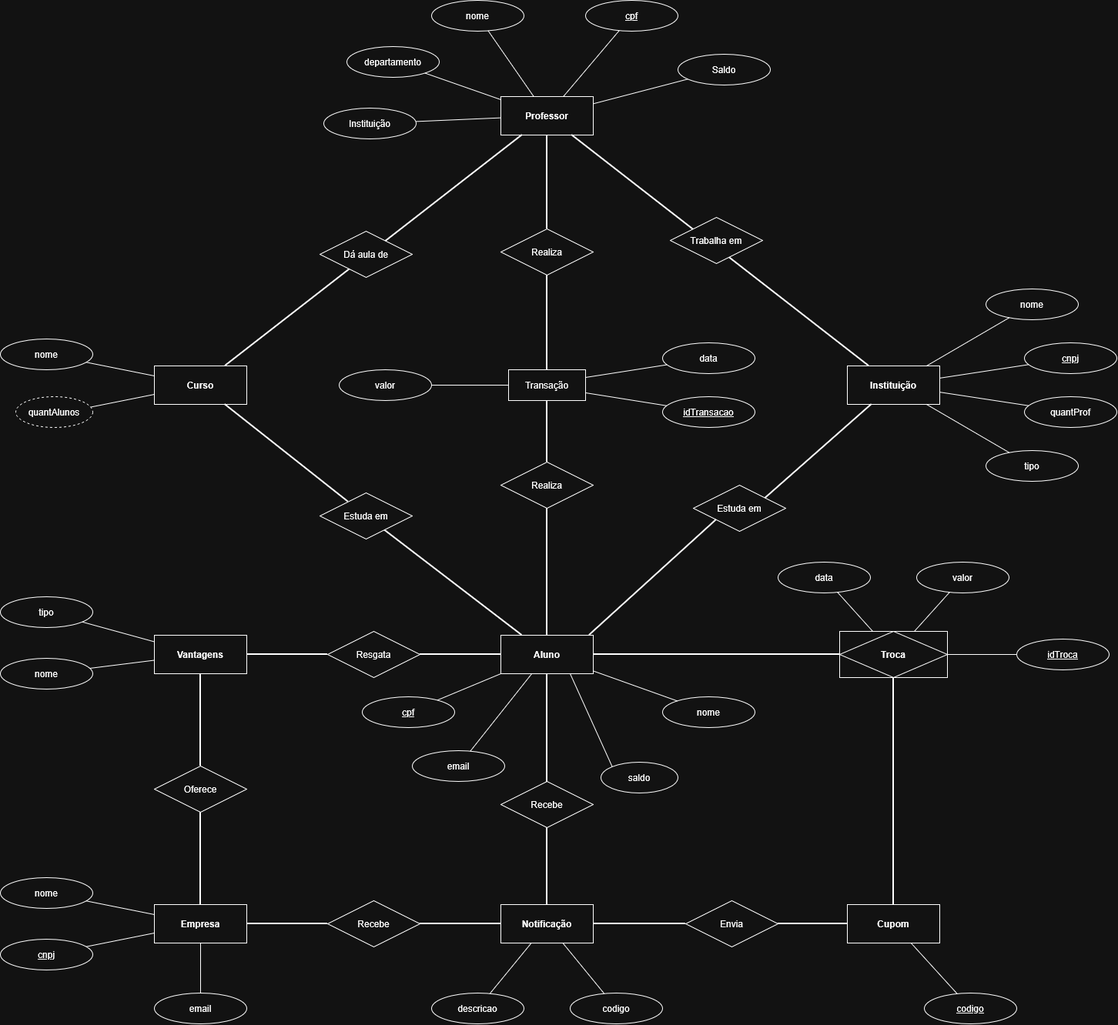
The draw.io diagram docs/Sprint 2/Mer.drawio.png in catmaitachi/egon, before a commit. Source tidied: cells renumbered, new cells last; positions are measured from the earlier drawing's top-left corner, leaving out a move shared by most shapes.
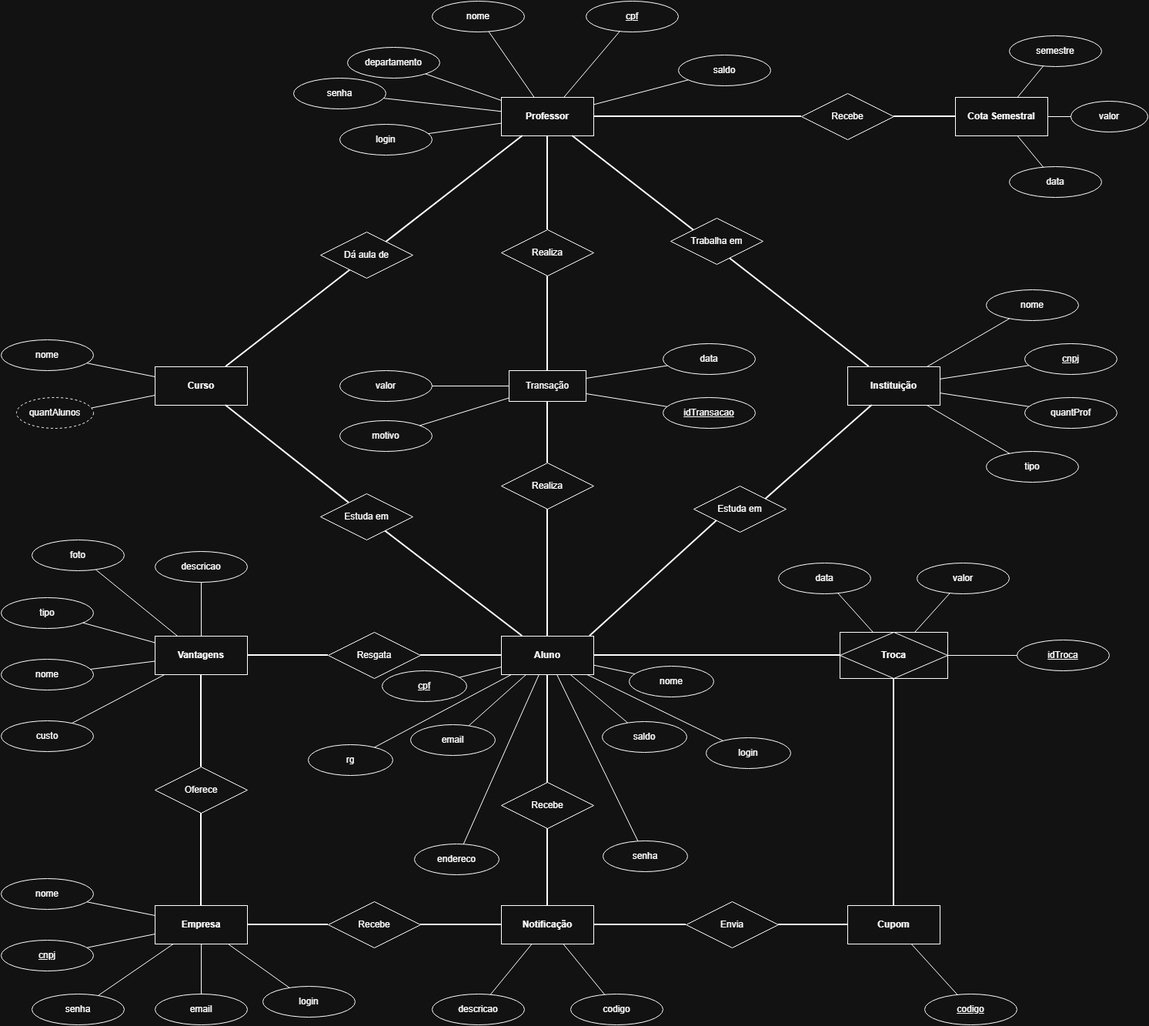
Above is the later version.

The edit, as a diff of the source:
```diff
@@ -38,10 +38,7 @@
     <mxCell id="13" value="departamento" style="ellipse;whiteSpace=wrap;html=1;align=center;" parent="1" vertex="1">
       <mxGeometry x="450" y="60" width="120" height="40" as="geometry" />
     </mxCell>
-    <mxCell id="14" value="Instituição" style="ellipse;whiteSpace=wrap;html=1;align=center;" parent="1" vertex="1">
-      <mxGeometry x="420" y="140" width="120" height="40" as="geometry" />
-    </mxCell>
-    <mxCell id="15" value="Saldo" style="ellipse;whiteSpace=wrap;html=1;align=center;" parent="1" vertex="1">
+    <mxCell id="15" value="saldo" style="ellipse;whiteSpace=wrap;html=1;align=center;" parent="1" vertex="1">
       <mxGeometry x="880" y="70" width="120" height="40" as="geometry" />
     </mxCell>
     <mxCell id="16" value="valor" style="ellipse;whiteSpace=wrap;html=1;align=center;" parent="1" vertex="1">
@@ -69,13 +66,13 @@
       <mxGeometry x="1280" y="585" width="120" height="40" as="geometry" />
     </mxCell>
     <mxCell id="24" value="nome" style="ellipse;whiteSpace=wrap;html=1;align=center;" parent="1" vertex="1">
-      <mxGeometry x="860" y="905" width="120" height="40" as="geometry" />
+      <mxGeometry x="816" y="864" width="110" height="40" as="geometry" />
     </mxCell>
     <mxCell id="25" value="cpf" style="ellipse;whiteSpace=wrap;html=1;align=center;fontStyle=4;" parent="1" vertex="1">
-      <mxGeometry x="470" y="905" width="120" height="40" as="geometry" />
+      <mxGeometry x="495" y="870" width="110" height="40" as="geometry" />
     </mxCell>
     <mxCell id="26" value="email" style="ellipse;whiteSpace=wrap;html=1;align=center;" parent="1" vertex="1">
-      <mxGeometry x="535" y="975" width="120" height="40" as="geometry" />
+      <mxGeometry x="532" y="940" width="110" height="40" as="geometry" />
     </mxCell>
     <mxCell id="27" value="data" style="ellipse;whiteSpace=wrap;html=1;align=center;" parent="1" vertex="1">
       <mxGeometry x="1010" y="730" width="120" height="40" as="geometry" />
@@ -160,9 +157,6 @@
     <mxCell id="53" style="endArrow=none;html=1;rounded=0;" parent="1" edge="1" source="2" target="13">
       <mxGeometry relative="1" as="geometry" />
     </mxCell>
-    <mxCell id="54" style="endArrow=none;html=1;rounded=0;" parent="1" edge="1" source="2" target="14">
-      <mxGeometry relative="1" as="geometry" />
-    </mxCell>
     <mxCell id="55" style="endArrow=none;html=1;rounded=0;" parent="1" edge="1" source="2" target="15">
       <mxGeometry relative="1" as="geometry" />
     </mxCell>
@@ -238,9 +232,9 @@
       <mxGeometry relative="1" as="geometry" />
     </mxCell>
     <mxCell id="79" value="saldo" style="ellipse;whiteSpace=wrap;html=1;align=center;" parent="1" vertex="1">
-      <mxGeometry x="780" y="990" width="100" height="40" as="geometry" />
+      <mxGeometry x="781" y="936" width="110" height="40" as="geometry" />
     </mxCell>
-    <mxCell id="80" style="endArrow=none;html=1;rounded=0;entryX=0;entryY=0;entryDx=0;entryDy=0;exitX=0.75;exitY=1;exitDx=0;exitDy=0;" parent="1" edge="1" source="5" target="79">
+    <mxCell id="80" style="endArrow=none;html=1;rounded=0;" parent="1" edge="1" source="5" target="79">
       <mxGeometry relative="1" as="geometry" />
     </mxCell>
     <mxCell id="81" value="Estuda em" style="shape=rhombus;perimeter=rhombusPerimeter;whiteSpace=wrap;html=1;align=center;" parent="1" vertex="1">
@@ -308,5 +302,107 @@
     <mxCell id="101" value="Realiza" style="shape=rhombus;perimeter=rhombusPerimeter;whiteSpace=wrap;html=1;align=center;" parent="1" vertex="1">
       <mxGeometry x="650" y="600" width="120" height="60" as="geometry" />
     </mxCell>
+    <mxCell id="102" value="login" style="ellipse;whiteSpace=wrap;html=1;align=center;" parent="1" vertex="1">
+      <mxGeometry x="440" y="160" width="120" height="40" as="geometry" />
+    </mxCell>
+    <mxCell id="103" style="endArrow=none;html=1;rounded=0;" parent="1" edge="1" source="2" target="102">
+      <mxGeometry relative="1" as="geometry" />
+    </mxCell>
+    <mxCell id="104" value="senha" style="ellipse;whiteSpace=wrap;html=1;align=center;" parent="1" vertex="1">
+      <mxGeometry x="380" y="100" width="120" height="40" as="geometry" />
+    </mxCell>
+    <mxCell id="105" style="endArrow=none;html=1;rounded=0;" parent="1" edge="1" source="2" target="104">
+      <mxGeometry relative="1" as="geometry" />
+    </mxCell>
+    <mxCell id="106" value="Cota Semestral" style="whiteSpace=wrap;html=1;align=center;fontStyle=1;" parent="1" vertex="1">
+      <mxGeometry x="1240" y="125" width="120" height="50" as="geometry" />
+    </mxCell>
+    <mxCell id="107" value="Recebe" style="shape=rhombus;perimeter=rhombusPerimeter;whiteSpace=wrap;html=1;align=center;" parent="1" vertex="1">
+      <mxGeometry x="1040" y="120" width="120" height="60" as="geometry" />
+    </mxCell>
+    <mxCell id="108" style="endArrow=none;html=1;rounded=0;strokeWidth=2;" parent="1" edge="1" source="2" target="107">
+      <mxGeometry relative="1" as="geometry" />
+    </mxCell>
+    <mxCell id="109" style="endArrow=none;html=1;rounded=0;strokeWidth=2;" parent="1" edge="1" source="107" target="106">
+      <mxGeometry relative="1" as="geometry" />
+    </mxCell>
+    <mxCell id="110" value="semestre" style="ellipse;whiteSpace=wrap;html=1;align=center;" parent="1" vertex="1">
+      <mxGeometry x="1310" y="45" width="120" height="40" as="geometry" />
+    </mxCell>
+    <mxCell id="111" style="endArrow=none;html=1;rounded=0;" parent="1" edge="1" source="106" target="110">
+      <mxGeometry relative="1" as="geometry" />
+    </mxCell>
+    <mxCell id="112" value="valor" style="ellipse;whiteSpace=wrap;html=1;align=center;" parent="1" vertex="1">
+      <mxGeometry x="1390" y="130" width="100" height="40" as="geometry" />
+    </mxCell>
+    <mxCell id="113" style="endArrow=none;html=1;rounded=0;" parent="1" edge="1" source="106" target="112">
+      <mxGeometry relative="1" as="geometry" />
+    </mxCell>
+    <mxCell id="114" value="data" style="ellipse;whiteSpace=wrap;html=1;align=center;" parent="1" vertex="1">
+      <mxGeometry x="1310" y="215" width="120" height="40" as="geometry" />
+    </mxCell>
+    <mxCell id="115" style="endArrow=none;html=1;rounded=0;" parent="1" edge="1" source="106" target="114">
+      <mxGeometry relative="1" as="geometry" />
+    </mxCell>
+    <mxCell id="116" value="login" style="ellipse;whiteSpace=wrap;html=1;align=center;" parent="1" vertex="1">
+      <mxGeometry x="916" y="957" width="110" height="40" as="geometry" />
+    </mxCell>
+    <mxCell id="117" style="endArrow=none;html=1;rounded=0;" parent="1" edge="1" source="5" target="116">
+      <mxGeometry relative="1" as="geometry" />
+    </mxCell>
+    <mxCell id="118" value="senha" style="ellipse;whiteSpace=wrap;html=1;align=center;" parent="1" vertex="1">
+      <mxGeometry x="782" y="1091" width="110" height="40" as="geometry" />
+    </mxCell>
+    <mxCell id="119" style="endArrow=none;html=1;rounded=0;" parent="1" edge="1" source="5" target="118">
+      <mxGeometry relative="1" as="geometry" />
+    </mxCell>
+    <mxCell id="120" value="rg" style="ellipse;whiteSpace=wrap;html=1;align=center;" parent="1" vertex="1">
+      <mxGeometry x="399" y="966" width="110" height="40" as="geometry" />
+    </mxCell>
+    <mxCell id="121" style="endArrow=none;html=1;rounded=0;" parent="1" edge="1" source="5" target="120">
+      <mxGeometry relative="1" as="geometry" />
+    </mxCell>
+    <mxCell id="122" value="endereco" style="ellipse;whiteSpace=wrap;html=1;align=center;" parent="1" vertex="1">
+      <mxGeometry x="537" y="1095" width="110" height="40" as="geometry" />
+    </mxCell>
+    <mxCell id="123" style="endArrow=none;html=1;rounded=0;" parent="1" edge="1" source="5" target="122">
+      <mxGeometry relative="1" as="geometry" />
+    </mxCell>
+    <mxCell id="124" value="login" style="ellipse;whiteSpace=wrap;html=1;align=center;" parent="1" vertex="1">
+      <mxGeometry x="340" y="1280" width="120" height="40" as="geometry" />
+    </mxCell>
+    <mxCell id="125" style="endArrow=none;html=1;rounded=0;" parent="1" edge="1" source="8" target="124">
+      <mxGeometry relative="1" as="geometry" />
+    </mxCell>
+    <mxCell id="126" value="senha" style="ellipse;whiteSpace=wrap;html=1;align=center;" parent="1" vertex="1">
+      <mxGeometry x="40" y="1290" width="120" height="40" as="geometry" />
+    </mxCell>
+    <mxCell id="127" style="endArrow=none;html=1;rounded=0;" parent="1" edge="1" source="8" target="126">
+      <mxGeometry relative="1" as="geometry" />
+    </mxCell>
+    <mxCell id="128" value="descricao" style="ellipse;whiteSpace=wrap;html=1;align=center;" parent="1" vertex="1">
+      <mxGeometry x="200" y="715" width="120" height="40" as="geometry" />
+    </mxCell>
+    <mxCell id="129" style="endArrow=none;html=1;rounded=0;" parent="1" edge="1" source="7" target="128">
+      <mxGeometry relative="1" as="geometry" />
+    </mxCell>
+    <mxCell id="130" value="foto" style="ellipse;whiteSpace=wrap;html=1;align=center;" parent="1" vertex="1">
+      <mxGeometry x="40" y="700" width="120" height="40" as="geometry" />
+    </mxCell>
+    <mxCell id="131" style="endArrow=none;html=1;rounded=0;" parent="1" edge="1" source="7" target="130">
+      <mxGeometry relative="1" as="geometry" />
+    </mxCell>
+    <mxCell id="132" value="custo" style="ellipse;whiteSpace=wrap;html=1;align=center;" parent="1" vertex="1">
+      <mxGeometry y="935" width="120" height="40" as="geometry" />
+    </mxCell>
+    <mxCell id="133" style="endArrow=none;html=1;rounded=0;" parent="1" edge="1" source="7" target="132">
+      <mxGeometry relative="1" as="geometry" />
+    </mxCell>
+    <mxCell id="134" value="motivo" style="ellipse;whiteSpace=wrap;html=1;align=center;" parent="1" vertex="1">
+      <mxGeometry x="440" y="545" width="120" height="40" as="geometry" />
+    </mxCell>
+    <mxCell id="135" style="endArrow=none;html=1;rounded=0;" parent="1" edge="1" source="97" target="134">
+      <mxGeometry relative="1" as="geometry" />
+    </mxCell>
   </root>
 </mxGraphModel>
```
